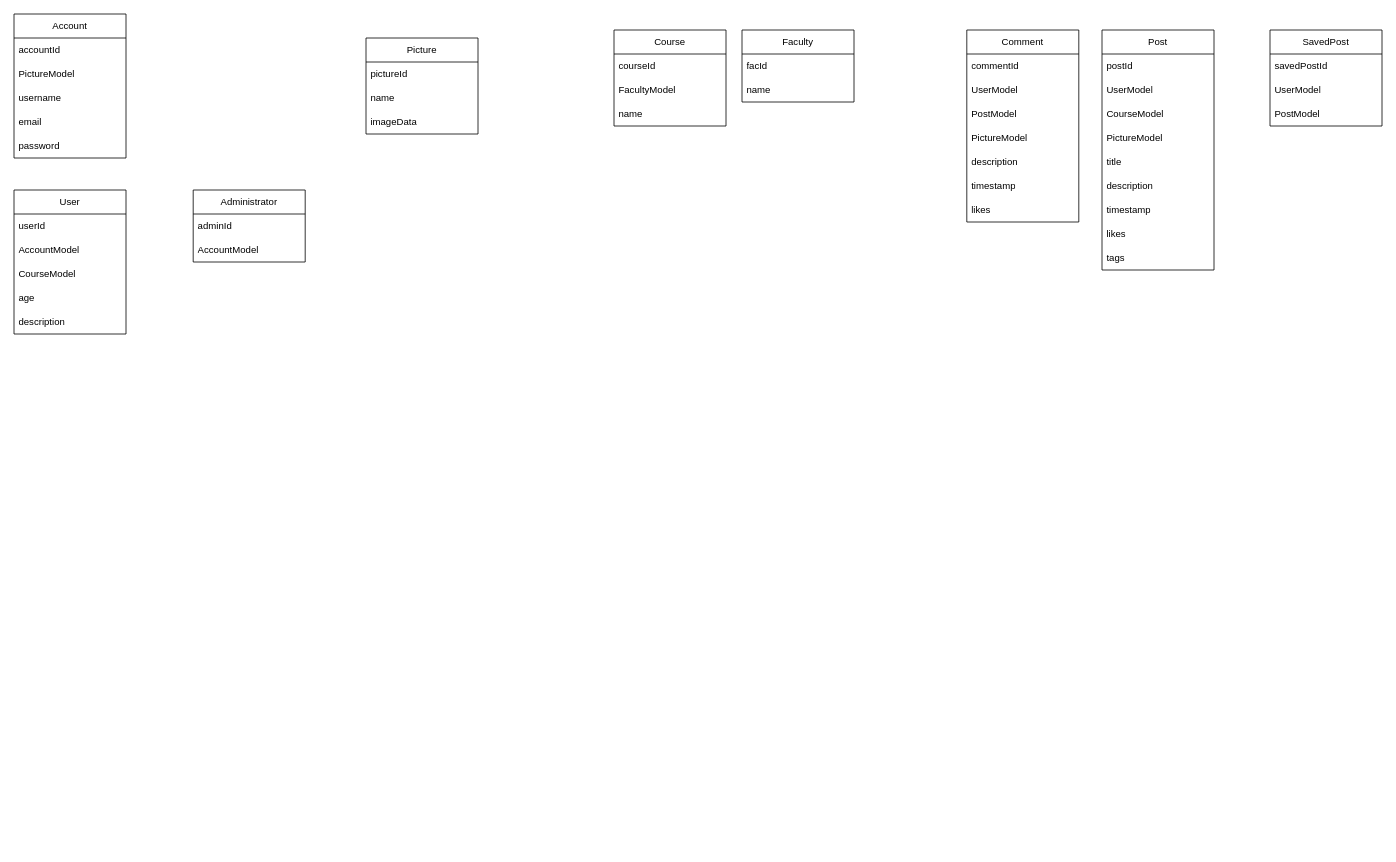
The draw.io diagram docs/diagrams/sources/ModelRefactoring.drawio in SE-TINF22B6/DHBWhub, before the edit. Source tidied: cells renumbered, new cells numbered last; positions are measured from the earlier drawing's top-left corner, leaving out a move shared by most shapes. Both pictures are drawn from the tidied source at 80%, with x=0, y=0 at pixel (14, 14).
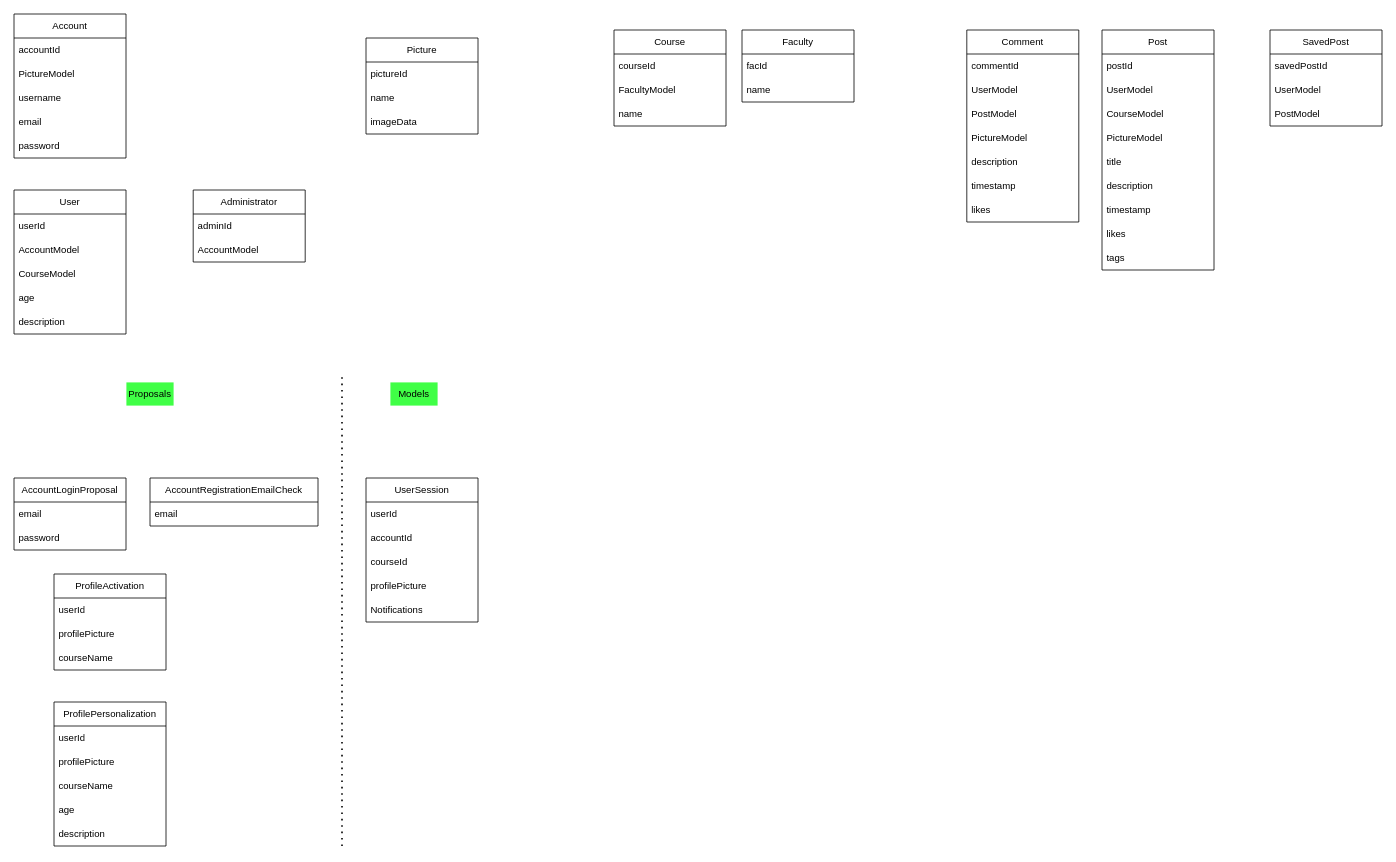
Above is the later version.

Diff of the diagram source:
```diff
@@
+    <mxCell id="50" value="Proposals" style="text;html=1;strokeColor=#FFFFFF;fillColor=#40FF46;align=center;verticalAlign=middle;whiteSpace=wrap;rounded=0;" parent="1" vertex="1">
+      <mxGeometry x="140" y="460" width="60" height="30" as="geometry" />
+    </mxCell>
+    <mxCell id="51" value="Models" style="text;html=1;strokeColor=#FFFFFF;fillColor=#40FF46;align=center;verticalAlign=middle;whiteSpace=wrap;rounded=0;" parent="1" vertex="1">
+      <mxGeometry x="470" y="460" width="60" height="30" as="geometry" />
+    </mxCell>
+    <mxCell id="52" value="AccountLoginProposal" style="swimlane;fontStyle=0;horizontal=1;startSize=30;whiteSpace=wrap;html=1;" parent="1" vertex="1">
+      <mxGeometry y="580" width="140" height="90" as="geometry" />
+    </mxCell>
+    <mxCell id="53" value="email" style="text;strokeColor=none;fillColor=none;align=left;verticalAlign=middle;spacingLeft=4;spacingRight=4;overflow=hidden;whiteSpace=wrap;html=1;" parent="52" vertex="1">
+      <mxGeometry y="30" width="140" height="30" as="geometry" />
+    </mxCell>
+    <mxCell id="54" value="password" style="text;strokeColor=none;fillColor=none;align=left;verticalAlign=middle;spacingLeft=4;spacingRight=4;overflow=hidden;whiteSpace=wrap;html=1;" parent="52" vertex="1">
+      <mxGeometry y="60" width="140" height="30" as="geometry" />
+    </mxCell>
+    <mxCell id="55" value="AccountRegistrationEmailCheck" style="swimlane;fontStyle=0;horizontal=1;startSize=30;whiteSpace=wrap;html=1;" parent="1" vertex="1">
+      <mxGeometry x="170" y="580" width="210" height="60" as="geometry" />
+    </mxCell>
+    <mxCell id="56" value="email" style="text;strokeColor=none;fillColor=none;align=left;verticalAlign=middle;spacingLeft=4;spacingRight=4;overflow=hidden;whiteSpace=wrap;html=1;" parent="55" vertex="1">
+      <mxGeometry y="30" width="210" height="30" as="geometry" />
+    </mxCell>
+    <mxCell id="57" value="ProfileActivation" style="swimlane;fontStyle=0;horizontal=1;startSize=30;whiteSpace=wrap;html=1;" parent="1" vertex="1">
+      <mxGeometry x="50" y="700" width="140" height="120" as="geometry" />
+    </mxCell>
+    <mxCell id="58" value="userId" style="text;strokeColor=none;fillColor=none;align=left;verticalAlign=middle;spacingLeft=4;spacingRight=4;overflow=hidden;whiteSpace=wrap;html=1;" parent="57" vertex="1">
+      <mxGeometry y="30" width="140" height="30" as="geometry" />
+    </mxCell>
+    <mxCell id="59" value="profilePicture" style="text;strokeColor=none;fillColor=none;align=left;verticalAlign=middle;spacingLeft=4;spacingRight=4;overflow=hidden;whiteSpace=wrap;html=1;" parent="57" vertex="1">
+      <mxGeometry y="60" width="140" height="30" as="geometry" />
+    </mxCell>
+    <mxCell id="60" value="courseName" style="text;strokeColor=none;fillColor=none;align=left;verticalAlign=middle;spacingLeft=4;spacingRight=4;overflow=hidden;whiteSpace=wrap;html=1;" parent="57" vertex="1">
+      <mxGeometry y="90" width="140" height="30" as="geometry" />
+    </mxCell>
+    <mxCell id="61" value="ProfilePersonalization" style="swimlane;fontStyle=0;horizontal=1;startSize=30;whiteSpace=wrap;html=1;" parent="1" vertex="1">
+      <mxGeometry x="50" y="860" width="140" height="180" as="geometry" />
+    </mxCell>
+    <mxCell id="62" value="userId" style="text;strokeColor=none;fillColor=none;align=left;verticalAlign=middle;spacingLeft=4;spacingRight=4;overflow=hidden;whiteSpace=wrap;html=1;" parent="61" vertex="1">
+      <mxGeometry y="30" width="140" height="30" as="geometry" />
+    </mxCell>
+    <mxCell id="63" value="profilePicture" style="text;strokeColor=none;fillColor=none;align=left;verticalAlign=middle;spacingLeft=4;spacingRight=4;overflow=hidden;whiteSpace=wrap;html=1;" parent="61" vertex="1">
+      <mxGeometry y="60" width="140" height="30" as="geometry" />
+    </mxCell>
+    <mxCell id="64" value="courseName" style="text;strokeColor=none;fillColor=none;align=left;verticalAlign=middle;spacingLeft=4;spacingRight=4;overflow=hidden;whiteSpace=wrap;html=1;" parent="61" vertex="1">
+      <mxGeometry y="90" width="140" height="30" as="geometry" />
+    </mxCell>
+    <mxCell id="65" value="age" style="text;strokeColor=none;fillColor=none;align=left;verticalAlign=middle;spacingLeft=4;spacingRight=4;overflow=hidden;whiteSpace=wrap;html=1;" parent="61" vertex="1">
+      <mxGeometry y="120" width="140" height="30" as="geometry" />
+    </mxCell>
+    <mxCell id="66" value="description" style="text;strokeColor=none;fillColor=none;align=left;verticalAlign=middle;spacingLeft=4;spacingRight=4;overflow=hidden;whiteSpace=wrap;html=1;" parent="61" vertex="1">
+      <mxGeometry y="150" width="140" height="30" as="geometry" />
+    </mxCell>
+    <mxCell id="67" value="UserSession" style="swimlane;fontStyle=0;horizontal=1;startSize=30;whiteSpace=wrap;html=1;" parent="1" vertex="1">
+      <mxGeometry x="440" y="580" width="140" height="180" as="geometry" />
+    </mxCell>
+    <mxCell id="68" value="userId" style="text;strokeColor=none;fillColor=none;align=left;verticalAlign=middle;spacingLeft=4;spacingRight=4;overflow=hidden;whiteSpace=wrap;html=1;" parent="67" vertex="1">
+      <mxGeometry y="30" width="140" height="30" as="geometry" />
+    </mxCell>
+    <mxCell id="69" value="accountId" style="text;strokeColor=none;fillColor=none;align=left;verticalAlign=middle;spacingLeft=4;spacingRight=4;overflow=hidden;whiteSpace=wrap;html=1;" parent="67" vertex="1">
+      <mxGeometry y="60" width="140" height="30" as="geometry" />
+    </mxCell>
+    <mxCell id="70" value="courseId" style="text;strokeColor=none;fillColor=none;align=left;verticalAlign=middle;spacingLeft=4;spacingRight=4;overflow=hidden;whiteSpace=wrap;html=1;" parent="67" vertex="1">
+      <mxGeometry y="90" width="140" height="30" as="geometry" />
+    </mxCell>
+    <mxCell id="71" value="profilePicture" style="text;strokeColor=none;fillColor=none;align=left;verticalAlign=middle;spacingLeft=4;spacingRight=4;overflow=hidden;whiteSpace=wrap;html=1;" parent="67" vertex="1">
+      <mxGeometry y="120" width="140" height="30" as="geometry" />
+    </mxCell>
+    <mxCell id="72" value="Notifications" style="text;strokeColor=none;fillColor=none;align=left;verticalAlign=middle;spacingLeft=4;spacingRight=4;overflow=hidden;whiteSpace=wrap;html=1;" parent="67" vertex="1">
+      <mxGeometry y="150" width="140" height="30" as="geometry" />
+    </mxCell>
+    <mxCell id="73" style="endArrow=none;dashed=1;html=1;dashPattern=1 3;strokeWidth=2;rounded=0;" parent="1" edge="1">
+      <mxGeometry relative="1" as="geometry">
+        <mxPoint x="410" y="1040" as="sourcePoint" />
+        <mxPoint x="410" y="450" as="targetPoint" />
+      </mxGeometry>
+    </mxCell>
```
